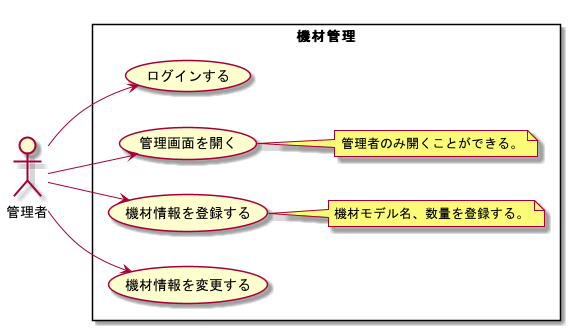
This is modeling/05_Usecase_機材管理/Usecase.png from TakashiOnawa/ddd-practice-studio-reservation, a PlantUML export, as it was before one commit. The source it was exported from:
```plantuml
@startuml Usecase

left to right direction

actor 管理者

rectangle 機材管理 {
    管理者 --> (ログインする)
    管理者 --> (管理画面を開く)
    管理者 --> (機材情報を登録する)
    管理者 --> (機材情報を変更する)

    note right of (管理画面を開く)
    管理者のみ開くことができる。
    end note

    note right of (機材情報を登録する)
    機材モデル名、数量を登録する。
    end note
}

@enduml
```
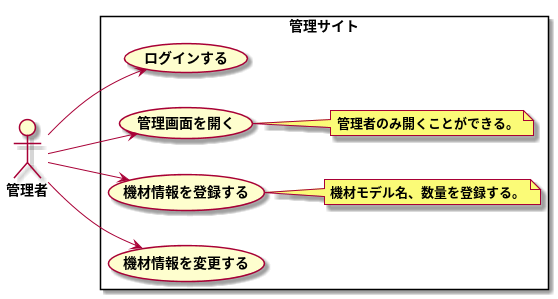
The same diagram one commit later.

The edit, as a diff of the source:
```diff
@@ -4,7 +4,7 @@
 
 actor 管理者
 
-rectangle 機材管理 {
+rectangle 管理サイト {
     管理者 --> (ログインする)
     管理者 --> (管理画面を開く)
     管理者 --> (機材情報を登録する)
```
